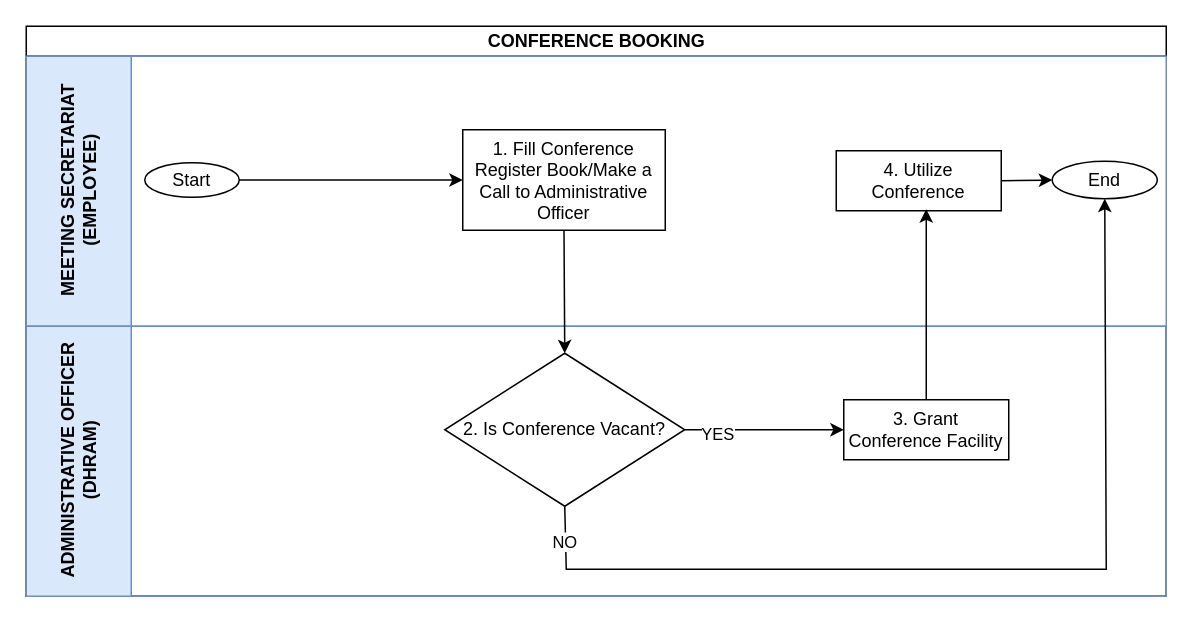
This is page "conference booking" (7 of 62) of wajibika/wajibika-sketches.drawio from MbalamulaS/tech-diagrams, a draw.io file, before an edit. Source tidied: cells renumbered, new cells numbered last; positions are measured from the earlier drawing's top-left corner, leaving out a move shared by most shapes. Both pictures are drawn from the tidied source at 150%, with x=0, y=0 at pixel (26, 26).
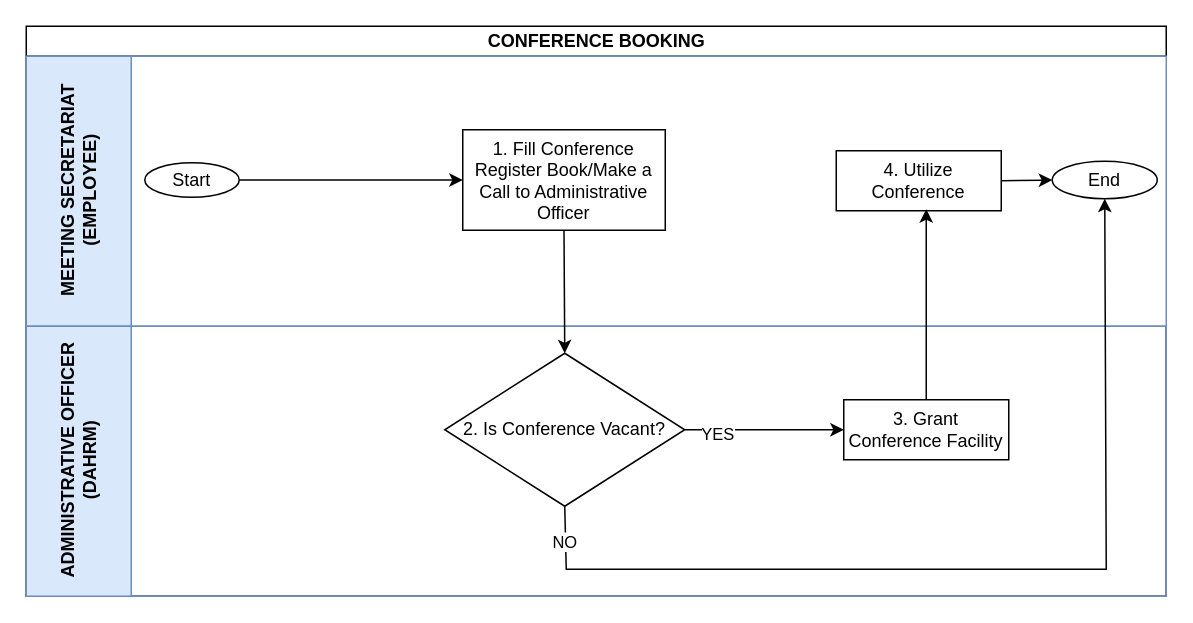
The same diagram, later.

The change refers to these unchanged cells:
```xml
<mxCell id="2" value="CONFERENCE BOOKING" style="swimlane;horizontal=1;startSize=20;html=1;swimlaneFillColor=#FFFFFF;" parent="1" vertex="1">
  <mxGeometry width="760" height="380" as="geometry" />
</mxCell>
```

Diff of the diagram source:
```diff
@@
-    <mxCell id="10" value="&lt;div&gt;ADMINISTRATIVE OFFICER&lt;/div&gt;&lt;div&gt;(DHRAM)&lt;br&gt;&lt;/div&gt;" style="swimlane;startSize=70;horizontal=0;html=1;fillColor=#dae8fc;strokeColor=#6c8ebf;" parent="2" vertex="1">
+    <mxCell id="10" value="&lt;div&gt;ADMINISTRATIVE OFFICER&lt;/div&gt;&lt;div&gt;(DAHRM)&lt;br&gt;&lt;/div&gt;" style="swimlane;startSize=70;horizontal=0;html=1;fillColor=#dae8fc;strokeColor=#6c8ebf;" parent="2" vertex="1">
       <mxGeometry y="200" width="760" height="180" as="geometry" />
     </mxCell>
```
